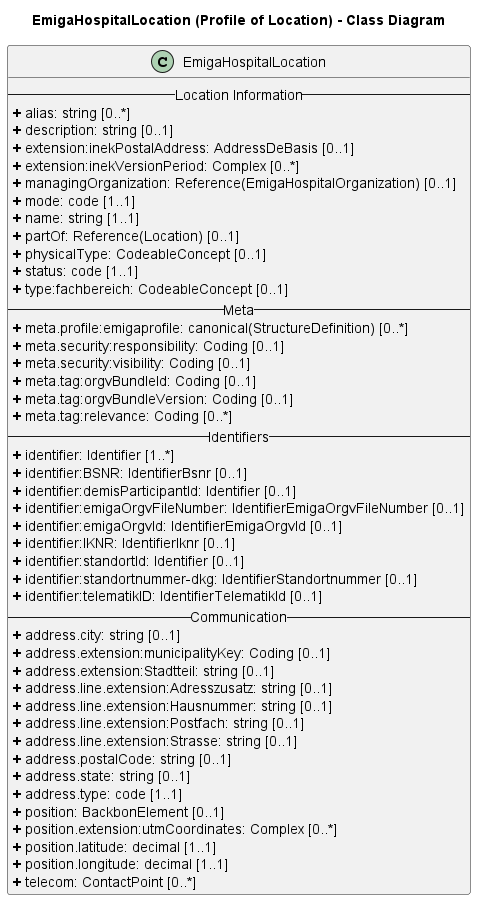
The PlantUML diagram rki.emiga.vzd/guides/implementationguides.vzd/PlantUML/PNGs/HospitalLocation.png in robert-koch-institut/rki.emiga.vzd, before a commit.
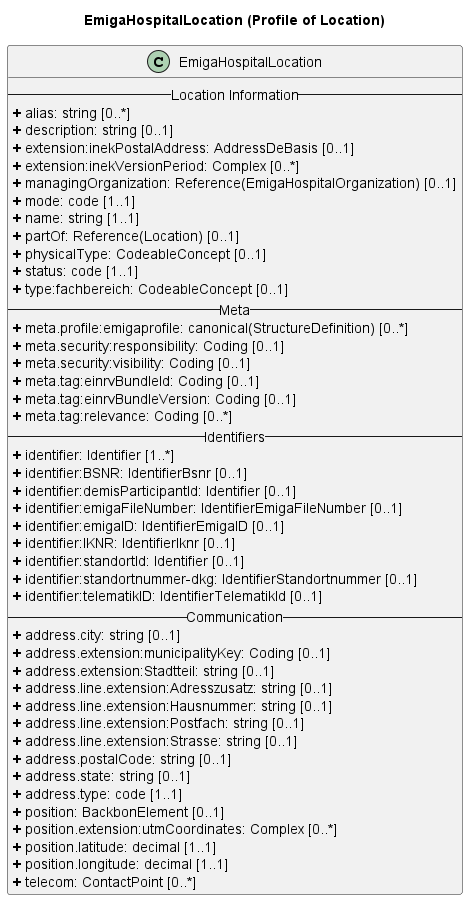
Above is the later version.

Diff of the diagram source:
```diff
@@ -1,7 +1,7 @@
 @startuml
 skinparam linetype ortho
 
-title EmigaHospitalLocation (Profile of Location) - Class Diagram
+title EmigaHospitalLocation (Profile of Location)
 
 class EmigaHospitalLocation{
 -- Location Information --
@@ -20,15 +20,15 @@
 <b>+</b> meta.profile:emigaprofile: canonical(StructureDefinition) [0..*]
 <b>+</b> meta.security:responsibility: Coding [0..1]
 <b>+</b> meta.security:visibility: Coding [0..1]
-<b>+</b> meta.tag:orgvBundleId: Coding [0..1]
-<b>+</b> meta.tag:orgvBundleVersion: Coding [0..1]
+<b>+</b> meta.tag:einrvBundleId: Coding [0..1]
+<b>+</b> meta.tag:einrvBundleVersion: Coding [0..1]
 <b>+</b> meta.tag:relevance: Coding [0..*]
 -- Identifiers --
 <b>+</b> identifier: Identifier [1..*]
 <b>+</b> identifier:BSNR: IdentifierBsnr [0..1]
 <b>+</b> identifier:demisParticipantId: Identifier [0..1]
-<b>+</b> identifier:emigaOrgvFileNumber: IdentifierEmigaOrgvFileNumber [0..1]
-<b>+</b> identifier:emigaOrgvId: IdentifierEmigaOrgvId [0..1]
+<b>+</b> identifier:emigaFileNumber: IdentifierEmigaFileNumber [0..1]
+<b>+</b> identifier:emigaID: IdentifierEmigaID [0..1]
 <b>+</b> identifier:IKNR: IdentifierIknr [0..1]
 <b>+</b> identifier:standortId: Identifier [0..1]
 <b>+</b> identifier:standortnummer-dkg: IdentifierStandortnummer [0..1]
@@ -50,4 +50,5 @@
 <b>+</b> position.longitude: decimal [1..1]
 <b>+</b> telecom: ContactPoint [0..*]
 }
+
 @enduml
```
